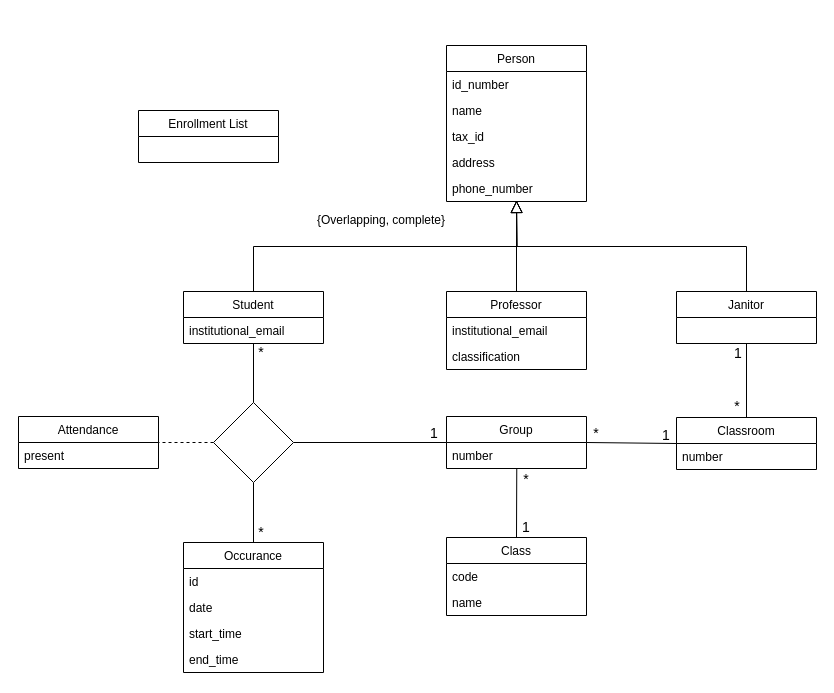
Earlier version of the draw.io diagram uml.drawio (maguinago/Covid-tracker). Source tidied: cells renumbered, new cells numbered last; positions are measured from the earlier drawing's top-left corner, leaving out a move shared by most shapes. Both pictures are drawn from the tidied source at 100%, with x=0, y=0 at pixel (18, 45).
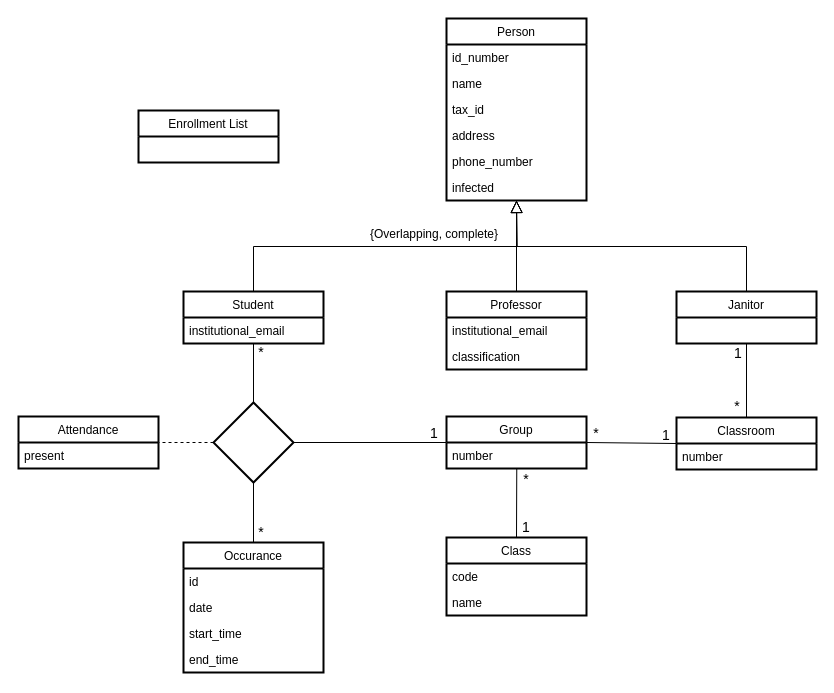
The same diagram, later.

The edit, as a diff of the source:
```diff
@@
     <mxCell id="3" value="{Overlapping, complete}" style="text;html=1;strokeColor=none;fillColor=none;align=center;verticalAlign=middle;whiteSpace=wrap;rounded=0;" parent="1" vertex="1">
-      <mxGeometry x="288" y="165" width="150" height="20" as="geometry" />
+      <mxGeometry x="341" y="179" width="150" height="20" as="geometry" />
     </mxCell>
-    <mxCell id="4" value="Person" style="swimlane;fontStyle=0;horizontal=1;startSize=26;fillColor=none;" parent="1" vertex="1">
-      <mxGeometry x="428" width="140" height="156" as="geometry" />
+    <mxCell id="4" value="Person" style="swimlane;fontStyle=0;horizontal=1;startSize=26;strokeWidth=2;" parent="1" vertex="1">
+      <mxGeometry x="428" y="-27" width="140" height="182" as="geometry" />
     </mxCell>
-    <mxCell id="5" value="id_number" style="text;strokeColor=none;fillColor=none;align=left;verticalAlign=top;spacingLeft=4;spacingRight=4;overflow=hidden;" parent="4" vertex="1">
+    <mxCell id="5" value="id_number" style="text;align=left;verticalAlign=top;spacingLeft=4;spacingRight=4;overflow=hidden;" parent="4" vertex="1">
       <mxGeometry y="26" width="140" height="26" as="geometry" />
     </mxCell>
-    <mxCell id="6" value="name" style="text;strokeColor=none;fillColor=none;align=left;verticalAlign=top;spacingLeft=4;spacingRight=4;overflow=hidden;" parent="4" vertex="1">
+    <mxCell id="6" value="name" style="text;align=left;verticalAlign=top;spacingLeft=4;spacingRight=4;overflow=hidden;" parent="4" vertex="1">
       <mxGeometry y="52" width="140" height="26" as="geometry" />
     </mxCell>
-    <mxCell id="7" value="tax_id" style="text;strokeColor=none;fillColor=none;align=left;verticalAlign=top;spacingLeft=4;spacingRight=4;overflow=hidden;" parent="4" vertex="1">
+    <mxCell id="7" value="tax_id" style="text;align=left;verticalAlign=top;spacingLeft=4;spacingRight=4;overflow=hidden;" parent="4" vertex="1">
       <mxGeometry y="78" width="140" height="26" as="geometry" />
     </mxCell>
-    <mxCell id="8" value="address" style="text;strokeColor=none;fillColor=none;align=left;verticalAlign=top;spacingLeft=4;spacingRight=4;overflow=hidden;" parent="4" vertex="1">
+    <mxCell id="8" value="address" style="text;align=left;verticalAlign=top;spacingLeft=4;spacingRight=4;overflow=hidden;" parent="4" vertex="1">
       <mxGeometry y="104" width="140" height="26" as="geometry" />
     </mxCell>
-    <mxCell id="9" value="phone_number" style="text;strokeColor=none;fillColor=none;align=left;verticalAlign=top;spacingLeft=4;spacingRight=4;overflow=hidden;" parent="4" vertex="1">
+    <mxCell id="9" value="phone_number" style="text;align=left;verticalAlign=top;spacingLeft=4;spacingRight=4;overflow=hidden;" parent="4" vertex="1">
       <mxGeometry y="130" width="140" height="26" as="geometry" />
     </mxCell>
+    <mxCell id="50" value="infected" style="text;align=left;verticalAlign=top;spacingLeft=4;spacingRight=4;overflow=hidden;" parent="4" vertex="1">
+      <mxGeometry y="156" width="140" height="26" as="geometry" />
+    </mxCell>
@@
-    <mxCell id="12" value="Student" style="swimlane;fontStyle=0;horizontal=1;startSize=26;fillColor=none;" parent="1" vertex="1">
+    <mxCell id="12" value="Student" style="swimlane;fontStyle=0;horizontal=1;startSize=26;strokeWidth=2;" parent="1" vertex="1">
       <mxGeometry x="165" y="246" width="140" height="52" as="geometry" />
     </mxCell>
-    <mxCell id="13" value="institutional_email" style="text;strokeColor=none;fillColor=none;align=left;verticalAlign=top;spacingLeft=4;spacingRight=4;overflow=hidden;" parent="12" vertex="1">
+    <mxCell id="13" value="institutional_email" style="text;align=left;verticalAlign=top;spacingLeft=4;spacingRight=4;overflow=hidden;" parent="12" vertex="1">
       <mxGeometry y="26" width="140" height="26" as="geometry" />
     </mxCell>
@@
-    <mxCell id="15" value="Professor" style="swimlane;fontStyle=0;horizontal=1;startSize=26;fillColor=none;" parent="1" vertex="1">
+    <mxCell id="15" value="Professor" style="swimlane;fontStyle=0;horizontal=1;startSize=26;strokeWidth=2;" parent="1" vertex="1">
       <mxGeometry x="428" y="246" width="140" height="78" as="geometry" />
     </mxCell>
-    <mxCell id="16" value="institutional_email" style="text;strokeColor=none;fillColor=none;align=left;verticalAlign=top;spacingLeft=4;spacingRight=4;overflow=hidden;" parent="15" vertex="1">
+    <mxCell id="16" value="institutional_email" style="text;align=left;verticalAlign=top;spacingLeft=4;spacingRight=4;overflow=hidden;" parent="15" vertex="1">
       <mxGeometry y="26" width="140" height="26" as="geometry" />
     </mxCell>
-    <mxCell id="17" value="classification" style="text;strokeColor=none;fillColor=none;align=left;verticalAlign=top;spacingLeft=4;spacingRight=4;overflow=hidden;" parent="15" vertex="1">
+    <mxCell id="17" value="classification" style="text;align=left;verticalAlign=top;spacingLeft=4;spacingRight=4;overflow=hidden;" parent="15" vertex="1">
       <mxGeometry y="52" width="140" height="26" as="geometry" />
     </mxCell>
-    <mxCell id="18" value="Janitor" style="swimlane;fontStyle=0;horizontal=1;startSize=26;fillColor=none;" parent="1" vertex="1">
+    <mxCell id="18" value="Janitor" style="swimlane;fontStyle=0;horizontal=1;startSize=26;strokeWidth=2;" parent="1" vertex="1">
       <mxGeometry x="658" y="246" width="140" height="52" as="geometry" />
     </mxCell>
-    <mxCell id="19" value="Class" style="swimlane;fontStyle=0;horizontal=1;startSize=26;fillColor=none;" parent="1" vertex="1">
+    <mxCell id="19" value="Class" style="swimlane;fontStyle=0;horizontal=1;startSize=26;strokeWidth=2;" parent="1" vertex="1">
       <mxGeometry x="428" y="492" width="140" height="78" as="geometry" />
     </mxCell>
-    <mxCell id="20" value="code" style="text;strokeColor=none;fillColor=none;align=left;verticalAlign=top;spacingLeft=4;spacingRight=4;overflow=hidden;" parent="19" vertex="1">
+    <mxCell id="20" value="code" style="text;align=left;verticalAlign=top;spacingLeft=4;spacingRight=4;overflow=hidden;" parent="19" vertex="1">
       <mxGeometry y="26" width="140" height="26" as="geometry" />
     </mxCell>
-    <mxCell id="21" value="name" style="text;strokeColor=none;fillColor=none;align=left;verticalAlign=top;spacingLeft=4;spacingRight=4;overflow=hidden;" parent="19" vertex="1">
+    <mxCell id="21" value="name" style="text;align=left;verticalAlign=top;spacingLeft=4;spacingRight=4;overflow=hidden;" parent="19" vertex="1">
       <mxGeometry y="52" width="140" height="26" as="geometry" />
     </mxCell>
-    <mxCell id="22" value="Group" style="swimlane;fontStyle=0;horizontal=1;startSize=26;fillColor=none;" parent="1" vertex="1">
+    <mxCell id="22" value="Group" style="swimlane;fontStyle=0;horizontal=1;startSize=26;strokeWidth=2;" parent="1" vertex="1">
       <mxGeometry x="428" y="371" width="140" height="52" as="geometry" />
     </mxCell>
-    <mxCell id="23" value="number" style="text;strokeColor=none;fillColor=none;align=left;verticalAlign=top;spacingLeft=4;spacingRight=4;overflow=hidden;points=[[0,0.5],[1,0.5]];portConstraint=eastwest;" parent="22" vertex="1">
+    <mxCell id="23" value="number" style="text;align=left;verticalAlign=top;spacingLeft=4;spacingRight=4;overflow=hidden;points=[[0,0.5],[1,0.5]];portConstraint=eastwest;" parent="22" vertex="1">
       <mxGeometry y="26" width="140" height="26" as="geometry" />
     </mxCell>
@@
-    <mxCell id="25" value="Enrollment List" style="swimlane;fontStyle=0;horizontal=1;startSize=26;fillColor=none;" parent="1" vertex="1">
+    <mxCell id="25" value="Enrollment List" style="swimlane;fontStyle=0;horizontal=1;startSize=26;strokeWidth=2;" parent="1" vertex="1">
       <mxGeometry x="120" y="65" width="140" height="52" as="geometry" />
     </mxCell>
@@
-    <mxCell id="30" value="Classroom" style="swimlane;fontStyle=0;horizontal=1;startSize=26;fillColor=none;" parent="1" vertex="1">
+    <mxCell id="30" value="Classroom" style="swimlane;fontStyle=0;horizontal=1;startSize=26;strokeWidth=2;" parent="1" vertex="1">
       <mxGeometry x="658" y="372" width="140" height="52" as="geometry" />
     </mxCell>
-    <mxCell id="31" value="number" style="text;strokeColor=none;fillColor=none;align=left;verticalAlign=top;spacingLeft=4;spacingRight=4;overflow=hidden;" parent="30" vertex="1">
+    <mxCell id="31" value="number" style="text;align=left;verticalAlign=top;spacingLeft=4;spacingRight=4;overflow=hidden;" parent="30" vertex="1">
       <mxGeometry y="26" width="140" height="26" as="geometry" />
     </mxCell>
@@
-    <mxCell id="39" value="Occurance" style="swimlane;fontStyle=0;horizontal=1;startSize=26;fillColor=none;" parent="1" vertex="1">
+    <mxCell id="39" value="Occurance" style="swimlane;fontStyle=0;horizontal=1;startSize=26;strokeWidth=2;" parent="1" vertex="1">
       <mxGeometry x="165" y="497" width="140" height="130" as="geometry" />
     </mxCell>
-    <mxCell id="40" value="id" style="text;strokeColor=none;fillColor=none;align=left;verticalAlign=top;spacingLeft=4;spacingRight=4;overflow=hidden;" parent="39" vertex="1">
+    <mxCell id="40" value="id" style="text;align=left;verticalAlign=top;spacingLeft=4;spacingRight=4;overflow=hidden;backgroundOutline=0;perimeterSpacing=4;" parent="39" vertex="1">
       <mxGeometry y="26" width="140" height="26" as="geometry" />
     </mxCell>
-    <mxCell id="41" value="date" style="text;strokeColor=none;fillColor=none;align=left;verticalAlign=top;spacingLeft=4;spacingRight=4;overflow=hidden;" parent="39" vertex="1">
+    <mxCell id="41" value="date" style="text;align=left;verticalAlign=top;spacingLeft=4;spacingRight=4;overflow=hidden;backgroundOutline=0;perimeterSpacing=4;" parent="39" vertex="1">
       <mxGeometry y="52" width="140" height="26" as="geometry" />
     </mxCell>
-    <mxCell id="42" value="start_time" style="text;strokeColor=none;fillColor=none;align=left;verticalAlign=top;spacingLeft=4;spacingRight=4;overflow=hidden;" parent="39" vertex="1">
+    <mxCell id="42" value="start_time" style="text;align=left;verticalAlign=top;spacingLeft=4;spacingRight=4;overflow=hidden;backgroundOutline=0;perimeterSpacing=4;" parent="39" vertex="1">
       <mxGeometry y="78" width="140" height="26" as="geometry" />
     </mxCell>
-    <mxCell id="43" value="end_time" style="text;strokeColor=none;fillColor=none;align=left;verticalAlign=top;spacingLeft=4;spacingRight=4;overflow=hidden;" parent="39" vertex="1">
+    <mxCell id="43" value="end_time" style="text;align=left;verticalAlign=top;spacingLeft=4;spacingRight=4;overflow=hidden;backgroundOutline=0;perimeterSpacing=4;" parent="39" vertex="1">
       <mxGeometry y="104" width="140" height="26" as="geometry" />
     </mxCell>
@@
-    <mxCell id="46" style="rhombus;whiteSpace=wrap;html=1;" parent="1" vertex="1">
+    <mxCell id="46" style="rhombus;whiteSpace=wrap;html=1;perimeterSpacing=0;strokeWidth=2;" parent="1" vertex="1">
       <mxGeometry x="195" y="357" width="80" height="80" as="geometry" />
     </mxCell>
@@
-    <mxCell id="48" value="Attendance" style="swimlane;fontStyle=0;horizontal=1;startSize=26;fillColor=none;" parent="1" vertex="1">
+    <mxCell id="48" value="Attendance" style="swimlane;fontStyle=0;horizontal=1;startSize=26;strokeWidth=2;" parent="1" vertex="1">
       <mxGeometry y="371" width="140" height="52" as="geometry" />
     </mxCell>
-    <mxCell id="49" value="present" style="text;strokeColor=none;fillColor=none;align=left;verticalAlign=top;spacingLeft=4;spacingRight=4;overflow=hidden;" parent="48" vertex="1">
+    <mxCell id="49" value="present" style="text;align=left;verticalAlign=top;spacingLeft=4;spacingRight=4;overflow=hidden;" parent="48" vertex="1">
       <mxGeometry y="26" width="140" height="26" as="geometry" />
     </mxCell>
```
